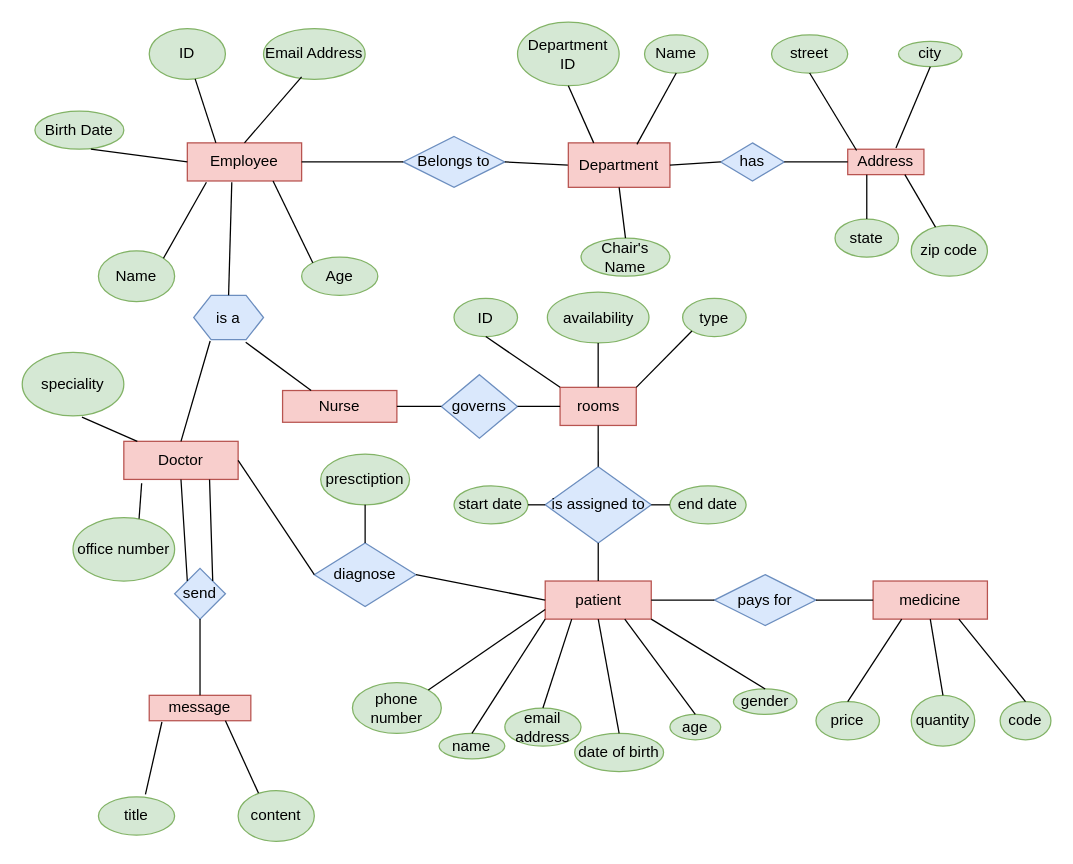
lukeyuan31/SoftwareEngineeringPics keeps this draw.io diagram as DBMS HW1-3.drawio. Above is the earlier version. Source tidied: cells renumbered, new cells numbered last; positions are measured from the earlier drawing's top-left corner, leaving out a move shared by most shapes. Both pictures are drawn from the tidied source at 127%, with x=0, y=0 at pixel (22, 22).
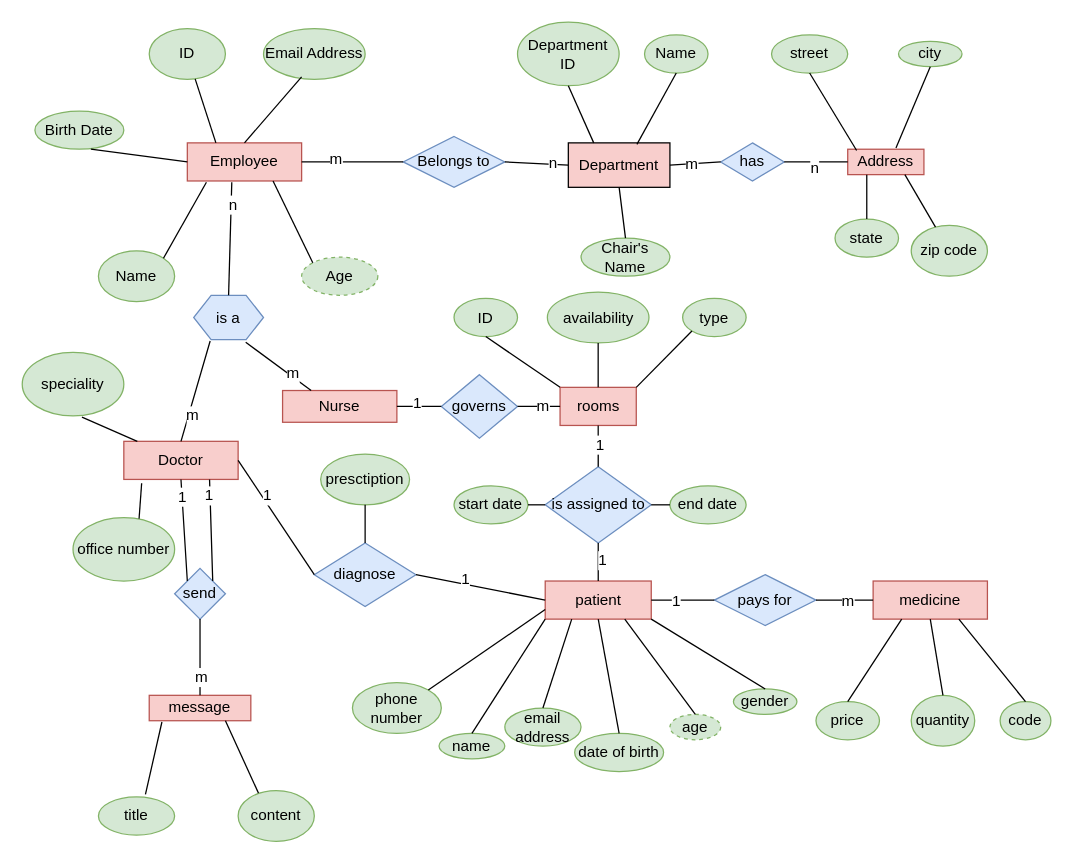
Above is the later version.

Unchanged cells that the change refers to:
```xml
<mxCell id="14" style="endArrow=none;html=1;entryX=0;entryY=0.5;entryDx=0;entryDy=0;exitX=1;exitY=0.5;exitDx=0;exitDy=0;" parent="1" edge="1" source="2" target="13">
  <mxGeometry relative="1" as="geometry" />
</mxCell>
<mxCell id="15" style="endArrow=none;html=1;exitX=1;exitY=0.5;exitDx=0;exitDy=0;entryX=0;entryY=0.5;entryDx=0;entryDy=0;" parent="1" edge="1" source="13" target="16">
  <mxGeometry relative="1" as="geometry" />
</mxCell>
<mxCell id="24" style="endArrow=none;html=1;entryX=1;entryY=0.5;entryDx=0;entryDy=0;exitX=0;exitY=0.5;exitDx=0;exitDy=0;" parent="1" edge="1" source="23" target="16">
  <mxGeometry relative="1" as="geometry" />
</mxCell>
<mxCell id="26" style="endArrow=none;html=1;entryX=1;entryY=0.5;entryDx=0;entryDy=0;exitX=0;exitY=0.5;exitDx=0;exitDy=0;" parent="1" edge="1" source="25" target="23">
  <mxGeometry relative="1" as="geometry" />
</mxCell>
<mxCell id="41" style="endArrow=none;html=1;entryX=0.389;entryY=1.033;entryDx=0;entryDy=0;exitX=0.5;exitY=0;exitDx=0;exitDy=0;entryPerimeter=0;" parent="1" edge="1" source="40" target="2">
  <mxGeometry relative="1" as="geometry" />
</mxCell>
<mxCell id="42" style="endArrow=none;html=1;entryX=0.236;entryY=1.029;entryDx=0;entryDy=0;exitX=0.5;exitY=0;exitDx=0;exitDy=0;entryPerimeter=0;" parent="1" edge="1" source="35" target="40">
  <mxGeometry relative="1" as="geometry" />
</mxCell>
<mxCell id="44" style="endArrow=none;html=1;entryX=0.5;entryY=1;entryDx=0;entryDy=0;exitX=0;exitY=0;exitDx=0;exitDy=0;" parent="1" edge="1" source="43" target="35">
  <mxGeometry relative="1" as="geometry" />
</mxCell>
<mxCell id="45" style="endArrow=none;html=1;entryX=0.75;entryY=1;entryDx=0;entryDy=0;exitX=1;exitY=0;exitDx=0;exitDy=0;" parent="1" edge="1" source="43" target="35">
  <mxGeometry relative="1" as="geometry" />
</mxCell>
<mxCell id="47" style="endArrow=none;html=1;entryX=0.5;entryY=1;entryDx=0;entryDy=0;exitX=0.5;exitY=0;exitDx=0;exitDy=0;" parent="1" edge="1" source="46" target="43">
  <mxGeometry relative="1" as="geometry" />
</mxCell>
<mxCell id="53" style="endArrow=none;html=1;entryX=0.745;entryY=1.057;entryDx=0;entryDy=0;exitX=0.25;exitY=0;exitDx=0;exitDy=0;entryPerimeter=0;" parent="1" edge="1" source="52" target="40">
  <mxGeometry relative="1" as="geometry" />
</mxCell>
<mxCell id="55" style="endArrow=none;html=1;entryX=1;entryY=0.5;entryDx=0;entryDy=0;exitX=0;exitY=0.5;exitDx=0;exitDy=0;" parent="1" edge="1" source="54" target="52">
  <mxGeometry relative="1" as="geometry" />
</mxCell>
<mxCell id="57" style="endArrow=none;html=1;entryX=1;entryY=0.5;entryDx=0;entryDy=0;exitX=0;exitY=0.5;exitDx=0;exitDy=0;" parent="1" edge="1" source="56" target="54">
  <mxGeometry relative="1" as="geometry" />
</mxCell>
<mxCell id="65" style="endArrow=none;html=1;entryX=0.5;entryY=1;entryDx=0;entryDy=0;exitX=0.5;exitY=0;exitDx=0;exitDy=0;" parent="1" edge="1" source="64" target="56">
  <mxGeometry relative="1" as="geometry" />
</mxCell>
<mxCell id="67" style="endArrow=none;html=1;entryX=0.5;entryY=1;entryDx=0;entryDy=0;exitX=0.5;exitY=0;exitDx=0;exitDy=0;" parent="1" edge="1" source="66" target="64">
  <mxGeometry relative="1" as="geometry" />
</mxCell>
<mxCell id="81" style="endArrow=none;html=1;entryX=1;entryY=0.5;entryDx=0;entryDy=0;exitX=0;exitY=0.5;exitDx=0;exitDy=0;" parent="1" edge="1" source="80" target="35">
  <mxGeometry relative="1" as="geometry" />
</mxCell>
<mxCell id="82" style="endArrow=none;html=1;entryX=1;entryY=0.5;entryDx=0;entryDy=0;exitX=0;exitY=0.5;exitDx=0;exitDy=0;" parent="1" edge="1" source="66" target="80">
  <mxGeometry relative="1" as="geometry" />
</mxCell>
<mxCell id="84" style="endArrow=none;html=1;entryX=1;entryY=0.5;entryDx=0;entryDy=0;exitX=0;exitY=0.5;exitDx=0;exitDy=0;" parent="1" edge="1" source="83" target="66">
  <mxGeometry relative="1" as="geometry" />
</mxCell>
<mxCell id="86" style="endArrow=none;html=1;entryX=1;entryY=0.5;entryDx=0;entryDy=0;" parent="1" edge="1" source="85" target="83">
  <mxGeometry relative="1" as="geometry" />
</mxCell>
```

Diff of the diagram source:
```diff
@@
-    <mxCell id="11" value="Age" style="ellipse;whiteSpace=wrap;html=1;fillColor=#d5e8d4;strokeColor=#82b366;" parent="1" vertex="1">
+    <mxCell id="11" value="Age" style="ellipse;whiteSpace=wrap;html=1;fillColor=#d5e8d4;strokeColor=#82b366;dashed=1;" parent="1" vertex="1">
       <mxGeometry x="220" y="185" width="60" height="30" as="geometry" />
     </mxCell>
@@
+    <mxCell id="99" value="m" style="text;html=1;align=center;verticalAlign=middle;labelBackgroundColor=#ffffff;" parent="14" vertex="1">
+      <mxGeometry x="-0.35" y="3" relative="1" as="geometry" />
+    </mxCell>
@@
+    <mxCell id="100" value="n" style="text;html=1;align=center;verticalAlign=middle;labelBackgroundColor=#ffffff;" parent="15" vertex="1">
+      <mxGeometry x="0.46" y="1" relative="1" as="geometry" />
+    </mxCell>
-    <mxCell id="16" value="Department" style="rounded=0;whiteSpace=wrap;html=1;fillColor=#f8cecc;strokeColor=#b85450;" parent="1" vertex="1">
+    <mxCell id="16" value="Department" style="rounded=0;whiteSpace=wrap;html=1;fillColor=#f8cecc;strokeColor=#000000;" parent="1" vertex="1">
       <mxGeometry x="430" y="95" width="80" height="35" as="geometry" />
     </mxCell>
@@
+    <mxCell id="101" value="m" style="text;html=1;align=center;verticalAlign=middle;labelBackgroundColor=#ffffff;" parent="24" vertex="1">
+      <mxGeometry x="0.26" relative="1" as="geometry">
+        <mxPoint x="1" as="offset" />
+      </mxGeometry>
+    </mxCell>
@@
+    <mxCell id="102" value="n" style="text;html=1;align=center;verticalAlign=middle;labelBackgroundColor=#ffffff;" parent="26" vertex="1">
+      <mxGeometry x="0.11" y="4" relative="1" as="geometry">
+        <mxPoint x="1" as="offset" />
+      </mxGeometry>
+    </mxCell>
@@
+    <mxCell id="103" value="n" style="text;html=1;align=center;verticalAlign=middle;labelBackgroundColor=#ffffff;" parent="41" vertex="1">
+      <mxGeometry x="0.61" y="-1" relative="1" as="geometry" />
+    </mxCell>
@@
+    <mxCell id="104" value="m" style="text;html=1;align=center;verticalAlign=middle;labelBackgroundColor=#ffffff;" parent="42" vertex="1">
+      <mxGeometry x="-0.46" y="-2" relative="1" as="geometry" />
+    </mxCell>
@@
+    <mxCell id="105" value="1" style="text;html=1;align=center;verticalAlign=middle;labelBackgroundColor=#ffffff;" parent="44" vertex="1">
+      <mxGeometry x="0.68" relative="1" as="geometry" />
+    </mxCell>
@@
+    <mxCell id="106" value="1" style="text;html=1;align=center;verticalAlign=middle;labelBackgroundColor=#ffffff;" parent="45" vertex="1">
+      <mxGeometry x="0.71" y="1" relative="1" as="geometry" />
+    </mxCell>
@@
+    <mxCell id="107" value="m" style="text;html=1;align=center;verticalAlign=middle;labelBackgroundColor=#ffffff;" parent="47" vertex="1">
+      <mxGeometry x="-0.5" relative="1" as="geometry" />
+    </mxCell>
@@
+    <mxCell id="108" value="m" style="text;html=1;align=center;verticalAlign=middle;labelBackgroundColor=#ffffff;" parent="53" vertex="1">
+      <mxGeometry x="-0.38" y="-2" relative="1" as="geometry" />
+    </mxCell>
@@
+    <mxCell id="109" value="1" style="text;html=1;align=center;verticalAlign=middle;labelBackgroundColor=#ffffff;" parent="55" vertex="1">
+      <mxGeometry x="0.18" y="-3" relative="1" as="geometry">
+        <mxPoint x="1" as="offset" />
+      </mxGeometry>
+    </mxCell>
@@
+    <mxCell id="110" value="m" style="text;html=1;align=center;verticalAlign=middle;labelBackgroundColor=#ffffff;" parent="57" vertex="1">
+      <mxGeometry x="-0.23" y="2" relative="1" as="geometry">
+        <mxPoint x="-0.6" y="-2" as="offset" />
+      </mxGeometry>
+    </mxCell>
@@
+    <mxCell id="111" value="1" style="text;html=1;align=center;verticalAlign=middle;labelBackgroundColor=#ffffff;" parent="65" vertex="1">
+      <mxGeometry x="0.06" y="-1" relative="1" as="geometry" />
+    </mxCell>
@@
+    <mxCell id="112" value="1" style="text;html=1;align=center;verticalAlign=middle;labelBackgroundColor=#ffffff;" parent="67" vertex="1">
+      <mxGeometry x="0.11" y="-3" relative="1" as="geometry" />
+    </mxCell>
@@
-    <mxCell id="71" value="age" style="ellipse;whiteSpace=wrap;html=1;fillColor=#d5e8d4;strokeColor=#82b366;" parent="1" vertex="1">
+    <mxCell id="71" value="age" style="ellipse;whiteSpace=wrap;html=1;fillColor=#d5e8d4;strokeColor=#82b366;dashed=1;" parent="1" vertex="1">
       <mxGeometry x="510" y="545" width="40" height="20" as="geometry" />
     </mxCell>
@@
+    <mxCell id="113" value="1" style="text;html=1;align=center;verticalAlign=middle;labelBackgroundColor=#ffffff;" parent="81" vertex="1">
+      <mxGeometry x="0.35" y="-3" relative="1" as="geometry" />
+    </mxCell>
@@
+    <mxCell id="114" value="1" style="text;html=1;align=center;verticalAlign=middle;labelBackgroundColor=#ffffff;" parent="82" vertex="1">
+      <mxGeometry x="0.26" y="-4" relative="1" as="geometry" />
+    </mxCell>
@@
+    <mxCell id="115" value="1" style="text;html=1;align=center;verticalAlign=middle;labelBackgroundColor=#ffffff;" parent="84" vertex="1">
+      <mxGeometry x="-0.23" y="-5" relative="1" as="geometry">
+        <mxPoint x="-11.2" y="5" as="offset" />
+      </mxGeometry>
+    </mxCell>
@@
+    <mxCell id="116" value="m" style="text;html=1;align=center;verticalAlign=middle;labelBackgroundColor=#ffffff;" parent="86" vertex="1">
+      <mxGeometry x="-0.09" relative="1" as="geometry">
+        <mxPoint x="-1" as="offset" />
+      </mxGeometry>
+    </mxCell>
```
